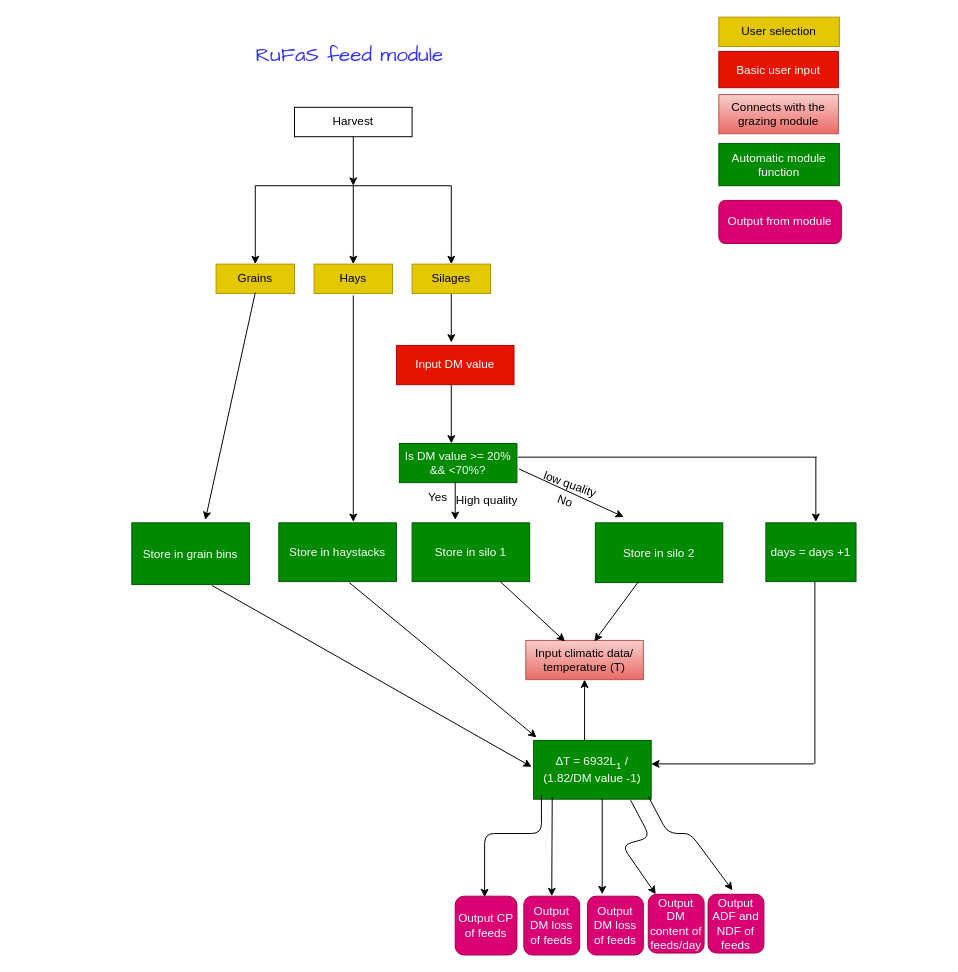
This is Untitled Diagram.drawio from Victor-Oribamise/AnimalMachineLerning, a draw.io file, before an edit. Source tidied: cells renumbered, new cells numbered last; positions are measured from the earlier drawing's top-left corner, leaving out a move shared by most shapes. Both pictures are drawn from the tidied source at 98%, with x=0, y=0 at pixel (131, 17).
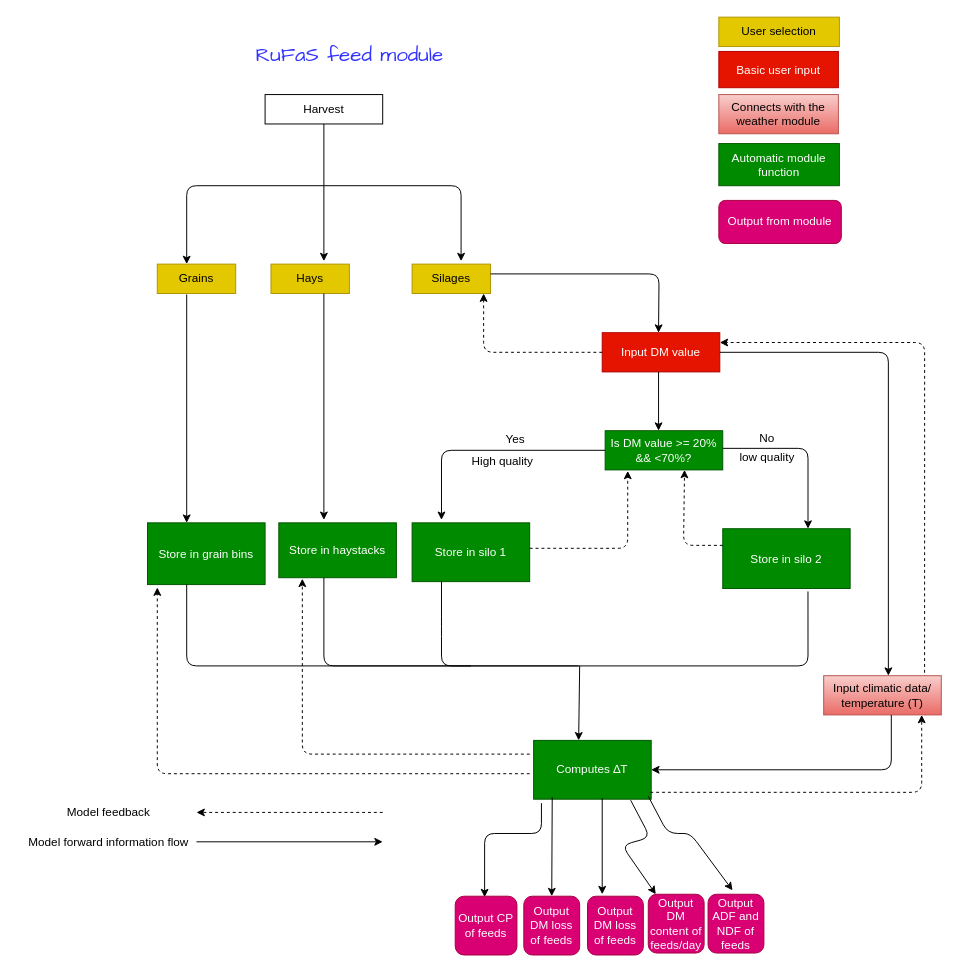
The same diagram, later.

The change refers to these unchanged cells:
```xml
<mxCell id="18" value="Store in silo 1" style="rounded=0;whiteSpace=wrap;html=1;fillColor=#008a00;strokeColor=#005700;fontColor=#ffffff;" parent="1" vertex="1">
  <mxGeometry x="286" y="516" width="120" height="60" as="geometry" />
</mxCell>
```

Diff of the diagram source:
```diff
@@
     <mxCell id="2" style="endArrow=classic;html=1;" parent="1" edge="1">
       <mxGeometry relative="1" as="geometry">
-        <mxPoint x="326" y="172" as="sourcePoint" />
-        <mxPoint x="326" y="252" as="targetPoint" />
+        <mxPoint x="196" y="172" as="sourcePoint" />
+        <mxPoint x="336" y="249" as="targetPoint" />
+        <Array as="points">
+          <mxPoint x="336" y="172" />
+        </Array>
       </mxGeometry>
     </mxCell>
     <mxCell id="3" value="Hays" style="rounded=0;whiteSpace=wrap;html=1;fillColor=#e3c800;strokeColor=#B09500;fontColor=#000000;" parent="1" vertex="1">
-      <mxGeometry x="186" y="252" width="80" height="30" as="geometry" />
+      <mxGeometry x="142" y="252" width="80" height="30" as="geometry" />
     </mxCell>
     <mxCell id="4" value="Harvest" style="rounded=0;whiteSpace=wrap;html=1;" parent="1" vertex="1">
-      <mxGeometry x="166" y="92" width="120" height="30" as="geometry" />
+      <mxGeometry x="136" y="79" width="120" height="30" as="geometry" />
     </mxCell>
-    <mxCell id="5" style="endArrow=classic;html=1;exitX=0.5;exitY=1;exitDx=0;exitDy=0;" parent="1" edge="1" source="4">
-      <mxGeometry relative="1" as="geometry">
-        <mxPoint x="226" y="172" as="targetPoint" />
-      </mxGeometry>
-    </mxCell>
-    <mxCell id="6" style="endArrow=none;html=1;" parent="1" edge="1">
-      <mxGeometry relative="1" as="geometry">
-        <mxPoint x="126" y="172" as="sourcePoint" />
-        <mxPoint x="326" y="172" as="targetPoint" />
-      </mxGeometry>
-    </mxCell>
     <mxCell id="7" style="endArrow=classic;html=1;" parent="1" edge="1">
       <mxGeometry relative="1" as="geometry">
-        <mxPoint x="226" y="172" as="sourcePoint" />
-        <mxPoint x="226" y="252" as="targetPoint" />
+        <mxPoint x="196" y="172" as="sourcePoint" />
+        <mxPoint x="196" y="249" as="targetPoint" />
       </mxGeometry>
     </mxCell>
     <mxCell id="8" style="endArrow=classic;html=1;" parent="1" edge="1">
       <mxGeometry relative="1" as="geometry">
-        <mxPoint x="126" y="172" as="sourcePoint" />
-        <mxPoint x="126" y="252" as="targetPoint" />
+        <mxPoint x="196" y="172" as="sourcePoint" />
+        <mxPoint x="56" y="252" as="targetPoint" />
+        <Array as="points">
+          <mxPoint x="56" y="172" />
+        </Array>
       </mxGeometry>
     </mxCell>
     <mxCell id="9" value="Grains" style="rounded=0;whiteSpace=wrap;html=1;fillColor=#e3c800;strokeColor=#B09500;fontColor=#000000;" parent="1" vertex="1">
-      <mxGeometry x="86" y="252" width="80" height="30" as="geometry" />
+      <mxGeometry x="26" y="252" width="80" height="30" as="geometry" />
     </mxCell>
-    <mxCell id="10" style="endArrow=classic;html=1;exitX=0.5;exitY=1;exitDx=0;exitDy=0;" parent="1" edge="1">
-      <mxGeometry relative="1" as="geometry">
-        <mxPoint x="326" y="282" as="sourcePoint" />
-        <mxPoint x="326" y="332" as="targetPoint" />
-      </mxGeometry>
-    </mxCell>
     <mxCell id="11" value="Input climatic data/ temperature (T)" style="rounded=0;whiteSpace=wrap;html=1;fillColor=#f8cecc;strokeColor=#b85450;gradientColor=#ea6b66;" parent="1" vertex="1">
-      <mxGeometry x="402" y="636" width="120" height="40" as="geometry" />
+      <mxGeometry x="706" y="672" width="120" height="40" as="geometry" />
     </mxCell>
     <mxCell id="12" value="Input DM value" style="rounded=0;whiteSpace=wrap;html=1;fillColor=#e51400;strokeColor=#B20000;fontColor=#ffffff;" parent="1" vertex="1">
-      <mxGeometry x="270" y="335" width="120" height="40" as="geometry" />
+      <mxGeometry x="480" y="322" width="120" height="40" as="geometry" />
     </mxCell>
     <mxCell id="13" value="Is DM value &amp;gt;= 20% &amp;amp;&amp;amp; &amp;lt;70%?" style="rounded=0;whiteSpace=wrap;html=1;fillColor=#008a00;strokeColor=#005700;fontColor=#ffffff;" parent="1" vertex="1">
-      <mxGeometry x="273" y="435" width="120" height="40" as="geometry" />
+      <mxGeometry x="483" y="422" width="120" height="40" as="geometry" />
     </mxCell>
-    <mxCell id="14" value="No" style="text;html=1;align=center;verticalAlign=middle;strokeColor=none;rotation=20;" parent="1" vertex="1">
-      <mxGeometry x="427" y="484" width="30" height="20" as="geometry" />
+    <mxCell id="14" value="No" style="text;html=1;align=center;verticalAlign=middle;strokeColor=none;rotation=0;" parent="1" vertex="1">
+      <mxGeometry x="633" y="420" width="30" height="20" as="geometry" />
     </mxCell>
     <mxCell id="15" value="Store in silo 2" style="rounded=0;whiteSpace=wrap;html=1;fillColor=#008a00;strokeColor=#005700;fontColor=#ffffff;" parent="1" vertex="1">
-      <mxGeometry x="473" y="516" width="130" height="61" as="geometry" />
+      <mxGeometry x="603" y="522" width="130" height="61" as="geometry" />
     </mxCell>
     <mxCell id="16" style="endArrow=classic;html=1;" parent="1" edge="1">
       <mxGeometry relative="1" as="geometry">
-        <mxPoint x="226" y="284" as="sourcePoint" />
-        <mxPoint x="226" y="515" as="targetPoint" />
+        <mxPoint x="196" y="282" as="sourcePoint" />
+        <mxPoint x="196" y="513" as="targetPoint" />
       </mxGeometry>
     </mxCell>
     <mxCell id="17" style="endArrow=classic;html=1;" parent="1" edge="1">
       <mxGeometry relative="1" as="geometry">
-        <mxPoint x="126" y="281" as="sourcePoint" />
-        <mxPoint x="75" y="513" as="targetPoint" />
+        <mxPoint x="56" y="283" as="sourcePoint" />
+        <mxPoint x="56" y="516" as="targetPoint" />
       </mxGeometry>
     </mxCell>
@@
     <mxCell id="19" value="Store in haystacks" style="rounded=0;whiteSpace=wrap;html=1;fillColor=#008a00;strokeColor=#005700;fontColor=#ffffff;" parent="1" vertex="1">
-      <mxGeometry x="150" y="516" width="120" height="60" as="geometry" />
+      <mxGeometry x="150" y="516" width="120" height="56" as="geometry" />
     </mxCell>
     <mxCell id="20" value="Store in grain bins" style="rounded=0;whiteSpace=wrap;html=1;fillColor=#008a00;strokeColor=#005700;fontColor=#ffffff;" parent="1" vertex="1">
-      <mxGeometry y="516" width="120" height="63" as="geometry" />
+      <mxGeometry x="16" y="516" width="120" height="63" as="geometry" />
     </mxCell>
-    <mxCell id="21" value="days = days +1" style="rounded=0;whiteSpace=wrap;html=1;fillColor=#008a00;strokeColor=#005700;fontColor=#ffffff;" parent="1" vertex="1">
-      <mxGeometry x="647" y="516" width="92" height="60" as="geometry" />
-    </mxCell>
-    <mxCell id="22" value="&lt;p&gt;&lt;span&gt;∆&lt;/span&gt;T = 6932L&lt;sub&gt;1&lt;/sub&gt; / (1.82/DM value -1)&lt;br&gt;&lt;/p&gt;&lt;sub&gt;&lt;/sub&gt;" style="rounded=0;whiteSpace=wrap;html=1;fillColor=#008a00;strokeColor=#005700;fontColor=#ffffff;" parent="1" vertex="1">
+    <mxCell id="22" value="&lt;p&gt;&lt;span&gt;Computes ∆&lt;/span&gt;T&lt;br&gt;&lt;/p&gt;&lt;sub&gt;&lt;/sub&gt;" style="rounded=0;whiteSpace=wrap;html=1;fillColor=#008a00;strokeColor=#005700;fontColor=#ffffff;" parent="1" vertex="1">
       <mxGeometry x="410" y="738" width="120" height="60" as="geometry" />
     </mxCell>
-    <mxCell id="23" style="endArrow=classic;html=1;" parent="1" edge="1">
-      <mxGeometry relative="1" as="geometry">
-        <mxPoint x="82" y="580" as="sourcePoint" />
-        <mxPoint x="408" y="765" as="targetPoint" />
-      </mxGeometry>
-    </mxCell>
@@
-    <mxCell id="27" value="Connects with the grazing module" style="rounded=0;whiteSpace=wrap;html=1;fillColor=#f8cecc;strokeColor=#b85450;gradientColor=#ea6b66;" parent="1" vertex="1">
+    <mxCell id="27" value="Connects with the weather module" style="rounded=0;whiteSpace=wrap;html=1;fillColor=#f8cecc;strokeColor=#b85450;gradientColor=#ea6b66;" parent="1" vertex="1">
       <mxGeometry x="599" y="79" width="122" height="40" as="geometry" />
     </mxCell>
     <mxCell id="28" style="endArrow=classic;html=1;exitX=0.5;exitY=1;exitDx=0;exitDy=0;entryX=0.5;entryY=0;entryDx=0;entryDy=0;" parent="1" edge="1">
       <mxGeometry relative="1" as="geometry">
-        <mxPoint x="326" y="375" as="sourcePoint" />
-        <mxPoint x="326" y="435" as="targetPoint" />
+        <mxPoint x="537.5" y="362" as="sourcePoint" />
+        <mxPoint x="537.5" y="422" as="targetPoint" />
       </mxGeometry>
     </mxCell>
@@
     <mxCell id="30" value="Yes" style="text;html=1;align=center;verticalAlign=middle;strokeColor=none;" parent="1" vertex="1">
-      <mxGeometry x="297" y="481" width="30" height="18" as="geometry" />
+      <mxGeometry x="376" y="422" width="30" height="18" as="geometry" />
     </mxCell>
-    <mxCell id="31" value="low quality" style="text;html=1;align=center;verticalAlign=middle;strokeColor=none;rotation=20;" parent="1" vertex="1">
-      <mxGeometry x="414" y="468" width="66" height="18" as="geometry" />
+    <mxCell id="31" value="low quality" style="text;html=1;align=center;verticalAlign=middle;strokeColor=none;rotation=0;" parent="1" vertex="1">
+      <mxGeometry x="615" y="440" width="66" height="18" as="geometry" />
     </mxCell>
     <mxCell id="32" value="High quality" style="text;html=1;align=center;verticalAlign=middle;strokeColor=none;" parent="1" vertex="1">
-      <mxGeometry x="325" y="484" width="73" height="18" as="geometry" />
+      <mxGeometry x="341" y="444" width="73" height="18" as="geometry" />
     </mxCell>
-    <mxCell id="33" style="endArrow=classic;html=1;exitX=0.75;exitY=1;exitDx=0;exitDy=0;" parent="1" edge="1" source="18">
+    <mxCell id="33" style="endArrow=classic;html=1;entryX=1;entryY=0.5;entryDx=0;entryDy=0;" parent="1" edge="1" target="22">
       <mxGeometry relative="1" as="geometry">
-        <mxPoint x="442" y="637" as="targetPoint" />
+        <mxPoint x="775" y="712" as="sourcePoint" />
+        <Array as="points">
+          <mxPoint x="775" y="768" />
+        </Array>
       </mxGeometry>
     </mxCell>
-    <mxCell id="34" style="endArrow=classic;html=1;" parent="1" edge="1">
-      <mxGeometry relative="1" as="geometry">
-        <mxPoint x="517" y="576" as="sourcePoint" />
-        <mxPoint x="472" y="637" as="targetPoint" />
-      </mxGeometry>
-    </mxCell>
-    <mxCell id="35" style="endArrow=none;html=1;" parent="1" edge="1">
-      <mxGeometry relative="1" as="geometry">
-        <mxPoint x="394" y="449" as="sourcePoint" />
-        <mxPoint x="699" y="449" as="targetPoint" />
-      </mxGeometry>
-    </mxCell>
-    <mxCell id="36" style="endArrow=classic;html=1;" parent="1" edge="1">
-      <mxGeometry relative="1" as="geometry">
-        <mxPoint x="698" y="449" as="sourcePoint" />
-        <mxPoint x="698" y="515" as="targetPoint" />
-      </mxGeometry>
-    </mxCell>
-    <mxCell id="37" style="endArrow=classic;html=1;" parent="1" edge="1">
-      <mxGeometry relative="1" as="geometry">
-        <mxPoint x="696" y="762" as="sourcePoint" />
-        <mxPoint x="530" y="762" as="targetPoint" />
-      </mxGeometry>
-    </mxCell>
-    <mxCell id="38" style="endArrow=none;html=1;" parent="1" edge="1">
-      <mxGeometry relative="1" as="geometry">
-        <mxPoint x="697" y="762" as="sourcePoint" />
-        <mxPoint x="697" y="576" as="targetPoint" />
-      </mxGeometry>
-    </mxCell>
-    <mxCell id="39" style="endArrow=classic;html=1;entryX=0.5;entryY=1;entryDx=0;entryDy=0;" parent="1" edge="1" target="11">
+    <mxCell id="39" style="endArrow=classic;html=1;entryX=0.383;entryY=0;entryDx=0;entryDy=0;entryPerimeter=0;" parent="1" edge="1" target="22">
       <mxGeometry relative="1" as="geometry">
-        <mxPoint x="462" y="738" as="sourcePoint" />
+        <mxPoint x="457" y="662" as="sourcePoint" />
       </mxGeometry>
     </mxCell>
-    <mxCell id="40" style="endArrow=classic;html=1;exitX=0.6;exitY=1.017;exitDx=0;exitDy=0;exitPerimeter=0;" parent="1" edge="1" source="19">
-      <mxGeometry relative="1" as="geometry">
-        <mxPoint x="413" y="735" as="targetPoint" />
-      </mxGeometry>
-    </mxCell>
     <mxCell id="41" style="endArrow=classic;html=1;" parent="1" edge="1">
       <mxGeometry relative="1" as="geometry">
-        <mxPoint x="418" y="794" as="sourcePoint" />
+        <mxPoint x="418" y="802" as="sourcePoint" />
         <mxPoint x="360" y="898" as="targetPoint" />
         <Array as="points">
           <mxPoint x="418" y="833" />
           <mxPoint x="360" y="833" />
         </Array>
       </mxGeometry>
     </mxCell>
@@
-    <mxCell id="53" style="endArrow=classic;html=1;" parent="1" edge="1">
+    <mxCell id="53" style="endArrow=classic;html=1;exitX=0;exitY=0.5;exitDx=0;exitDy=0;" parent="1" edge="1" source="13">
       <mxGeometry relative="1" as="geometry">
-        <mxPoint x="330" y="474" as="sourcePoint" />
-        <mxPoint x="330" y="513" as="targetPoint" />
+        <mxPoint x="316" y="513" as="targetPoint" />
+        <Array as="points">
+          <mxPoint x="316" y="442" />
+        </Array>
       </mxGeometry>
     </mxCell>
     <mxCell id="54" style="endArrow=classic;html=1;" parent="1" edge="1">
       <mxGeometry relative="1" as="geometry">
-        <mxPoint x="395" y="461" as="sourcePoint" />
-        <mxPoint x="502" y="510" as="targetPoint" />
+        <mxPoint x="603" y="440" as="sourcePoint" />
+        <mxPoint x="690" y="522" as="targetPoint" />
+        <Array as="points">
+          <mxPoint x="690" y="440" />
+        </Array>
       </mxGeometry>
     </mxCell>
+    <mxCell id="55" style="endArrow=classic;html=1;rounded=1;shadow=0;sketch=0;jumpStyle=arc;dashed=1;" parent="1" edge="1">
+      <mxGeometry relative="1" as="geometry">
+        <mxPoint x="406" y="772" as="sourcePoint" />
+        <mxPoint x="26" y="582" as="targetPoint" />
+        <Array as="points">
+          <mxPoint x="26" y="772" />
+        </Array>
+      </mxGeometry>
+    </mxCell>
+    <mxCell id="56" style="endArrow=classic;html=1;rounded=1;shadow=0;sketch=0;jumpStyle=none;dashed=1;entryX=0.2;entryY=1.018;entryDx=0;entryDy=0;entryPerimeter=0;" parent="1" edge="1" target="19">
+      <mxGeometry relative="1" as="geometry">
+        <mxPoint x="406" y="752" as="sourcePoint" />
+        <Array as="points">
+          <mxPoint x="174" y="752" />
+        </Array>
+      </mxGeometry>
+    </mxCell>
+    <mxCell id="57" style="endArrow=classic;html=1;dashed=1;entryX=0.192;entryY=1.025;entryDx=0;entryDy=0;entryPerimeter=0;exitX=1;exitY=0.433;exitDx=0;exitDy=0;exitPerimeter=0;" parent="1" edge="1" source="18" target="13">
+      <mxGeometry relative="1" as="geometry">
+        <Array as="points">
+          <mxPoint x="506" y="542" />
+        </Array>
+      </mxGeometry>
+    </mxCell>
+    <mxCell id="58" style="endArrow=classic;html=1;" parent="1" edge="1">
+      <mxGeometry relative="1" as="geometry">
+        <mxPoint x="366" y="262" as="sourcePoint" />
+        <mxPoint x="537.5" y="322" as="targetPoint" />
+        <Array as="points">
+          <mxPoint x="538" y="262" />
+        </Array>
+      </mxGeometry>
+    </mxCell>
+    <mxCell id="59" style="endArrow=classic;html=1;dashed=1;entryX=0.675;entryY=1;entryDx=0;entryDy=0;entryPerimeter=0;" parent="1" edge="1" target="13">
+      <mxGeometry relative="1" as="geometry">
+        <mxPoint x="603" y="539" as="sourcePoint" />
+        <Array as="points">
+          <mxPoint x="563" y="539" />
+        </Array>
+      </mxGeometry>
+    </mxCell>
+    <mxCell id="60" style="endArrow=classic;html=1;dashed=1;exitX=0;exitY=0.5;exitDx=0;exitDy=0;" parent="1" edge="1" source="12">
+      <mxGeometry relative="1" as="geometry">
+        <mxPoint x="359" y="282" as="targetPoint" />
+        <Array as="points">
+          <mxPoint x="359" y="342" />
+        </Array>
+      </mxGeometry>
+    </mxCell>
+    <mxCell id="61" style="endArrow=none;html=1;shadow=0;strokeColor=#000000;entryX=0.25;entryY=1;entryDx=0;entryDy=0;" parent="1" edge="1" target="18">
+      <mxGeometry relative="1" as="geometry">
+        <mxPoint x="456" y="662" as="sourcePoint" />
+        <Array as="points">
+          <mxPoint x="316" y="662" />
+          <mxPoint x="316" y="622" />
+        </Array>
+      </mxGeometry>
+    </mxCell>
+    <mxCell id="62" style="endArrow=none;html=1;shadow=0;strokeColor=#000000;entryX=0.358;entryY=1;entryDx=0;entryDy=0;entryPerimeter=0;" parent="1" edge="1">
+      <mxGeometry relative="1" as="geometry">
+        <mxPoint x="456" y="662" as="sourcePoint" />
+        <mxPoint x="196" y="572" as="targetPoint" />
+        <Array as="points">
+          <mxPoint x="196" y="662" />
+        </Array>
+      </mxGeometry>
+    </mxCell>
+    <mxCell id="63" style="endArrow=none;html=1;shadow=0;strokeColor=#000000;entryX=0.358;entryY=1;entryDx=0;entryDy=0;entryPerimeter=0;" parent="1" edge="1">
+      <mxGeometry relative="1" as="geometry">
+        <mxPoint x="346" y="662" as="sourcePoint" />
+        <mxPoint x="56" y="579" as="targetPoint" />
+        <Array as="points">
+          <mxPoint x="56" y="662" />
+        </Array>
+      </mxGeometry>
+    </mxCell>
+    <mxCell id="64" style="endArrow=none;html=1;shadow=0;strokeColor=#000000;entryX=0.669;entryY=1.049;entryDx=0;entryDy=0;entryPerimeter=0;" parent="1" edge="1" target="15">
+      <mxGeometry relative="1" as="geometry">
+        <mxPoint x="456" y="662" as="sourcePoint" />
+        <Array as="points">
+          <mxPoint x="690" y="662" />
+        </Array>
+      </mxGeometry>
+    </mxCell>
+    <mxCell id="65" style="endArrow=classic;html=1;" parent="1" edge="1">
+      <mxGeometry relative="1" as="geometry">
+        <mxPoint x="600" y="342" as="sourcePoint" />
+        <mxPoint x="772" y="672" as="targetPoint" />
+        <Array as="points">
+          <mxPoint x="772" y="342" />
+        </Array>
+      </mxGeometry>
+    </mxCell>
+    <mxCell id="66" style="endArrow=classic;html=1;dashed=1;entryX=0.192;entryY=1.025;entryDx=0;entryDy=0;entryPerimeter=0;exitX=0.992;exitY=0.883;exitDx=0;exitDy=0;exitPerimeter=0;" parent="1" edge="1" source="22">
+      <mxGeometry relative="1" as="geometry">
+        <mxPoint x="806" y="712" as="targetPoint" />
+        <Array as="points">
+          <mxPoint x="806" y="791" />
+        </Array>
+      </mxGeometry>
+    </mxCell>
+    <mxCell id="67" style="endArrow=none;html=1;shadow=0;strokeColor=#000000;entryX=0.5;entryY=1;entryDx=0;entryDy=0;" parent="1" edge="1" target="4">
+      <mxGeometry relative="1" as="geometry">
+        <mxPoint x="196" y="172" as="sourcePoint" />
+      </mxGeometry>
+    </mxCell>
+    <mxCell id="68" style="endArrow=classic;html=1;shadow=0;strokeColor=#000000;dashed=1;" parent="1" edge="1">
+      <mxGeometry relative="1" as="geometry">
+        <mxPoint x="256" y="811.5" as="sourcePoint" />
+        <mxPoint x="66" y="811.5" as="targetPoint" />
+      </mxGeometry>
+    </mxCell>
+    <mxCell id="69" style="endArrow=classic;html=1;shadow=0;strokeColor=#000000;" parent="1" edge="1">
+      <mxGeometry relative="1" as="geometry">
+        <mxPoint x="66" y="841.5" as="sourcePoint" />
+        <mxPoint x="256" y="841.5" as="targetPoint" />
+      </mxGeometry>
+    </mxCell>
+    <mxCell id="70" value="Model feedback" style="text;html=1;align=center;verticalAlign=middle;strokeColor=none;" parent="1" vertex="1">
+      <mxGeometry x="-74" y="802" width="100" height="20" as="geometry" />
+    </mxCell>
+    <mxCell id="71" value="Model forward information flow" style="text;html=1;align=center;verticalAlign=middle;strokeColor=none;" parent="1" vertex="1">
+      <mxGeometry x="-114" y="832" width="180" height="20" as="geometry" />
+    </mxCell>
+    <mxCell id="72" style="whiteSpace=wrap;html=1;opacity=0;sketch=0;strokeWidth=7;fillColor=#0000FF;perimeterSpacing=18;" parent="1" vertex="1">
+      <mxGeometry x="-114" y="798" width="400" height="60" as="geometry" />
+    </mxCell>
+    <mxCell id="73" style="endArrow=classic;html=1;shadow=0;strokeColor=#000000;entryX=1;entryY=0.25;entryDx=0;entryDy=0;exitX=0.858;exitY=-0.075;exitDx=0;exitDy=0;exitPerimeter=0;dashed=1;" parent="1" edge="1" source="11" target="12">
+      <mxGeometry relative="1" as="geometry">
+        <Array as="points">
+          <mxPoint x="809" y="332" />
+        </Array>
+      </mxGeometry>
+    </mxCell>
```
